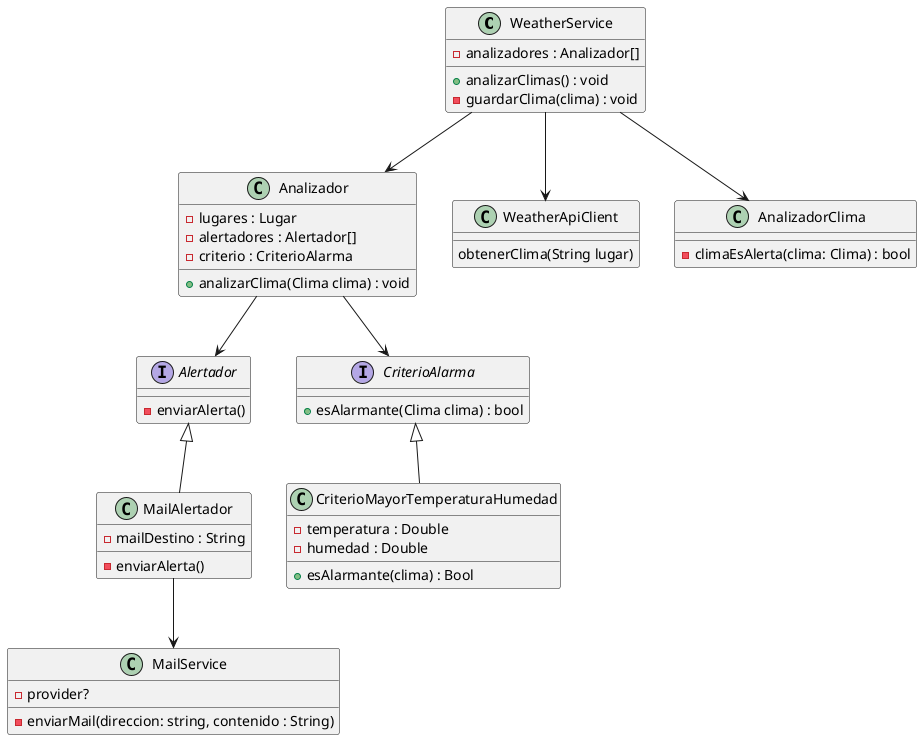
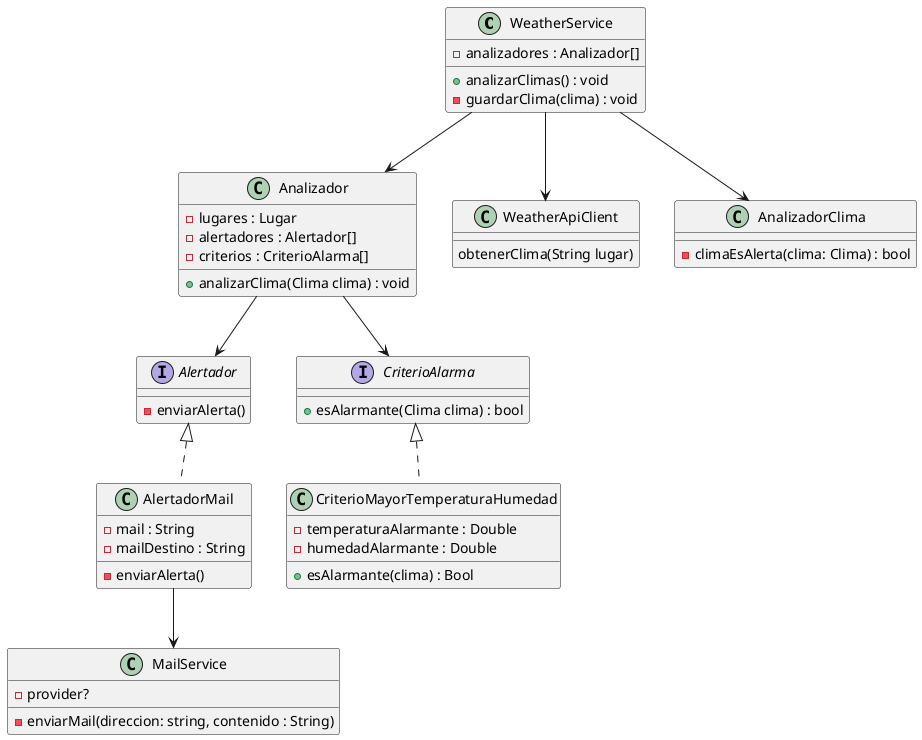
@startuml


class WeatherService{
    - analizadores : Analizador[]

    ' analiza para cada lugar, su clima.
    + analizarClimas() : void
    - guardarClima(clima) : void
}

' tiene los lugares y a quien alarmar
class Analizador{

    - lugares : Lugar
    - alertadores : Alertador[]
-     - criterio : CriterioAlarma
+     - criterios : CriterioAlarma[]
    ' analiza si es alarmante el clima, dispara las alarmas
    + analizarClima(Clima clima) : void
}

WeatherService --> Analizador

Analizador --> Alertador
Analizador --> CriterioAlarma

Interface CriterioAlarma{
    + esAlarmante(Clima clima) : bool
}

- Class CriterioMayorTemperaturaHumedad extends CriterioAlarma{
-     - temperatura : Double
-     - humedad : Double
+ Class CriterioMayorTemperaturaHumedad implements CriterioAlarma{
+     - temperaturaAlarmante : Double
+     - humedadAlarmante : Double
    + esAlarmante(clima) : Bool
}

WeatherService --> WeatherApiClient

class WeatherApiClient{
    obtenerClima(String lugar)

}

class AnalizadorClima{
    - climaEsAlerta(clima: Clima) : bool
}

WeatherService --> AnalizadorClima

interface Alertador{
- enviarAlerta()
}

- class MailAlertador extends Alertador {
+ class AlertadorMail implements Alertador {
+ - mail : String
- mailDestino : String
- enviarAlerta()
}
- MailAlertador --> MailService
+ AlertadorMail --> MailService
' manda los mails
class MailService{
- provider?
- enviarMail(direccion: string, contenido : String)
}


@enduml